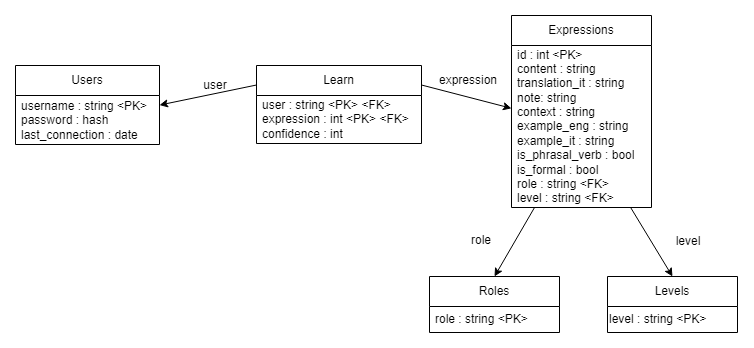
Gabritorre/engvocab keeps this draw.io diagram as db_schema/engvocabDBschema.png. Above is the earlier version. Source tidied: cells renumbered, new cells last; positions are measured from the earlier drawing's top-left corner, leaving out a move shared by most shapes.
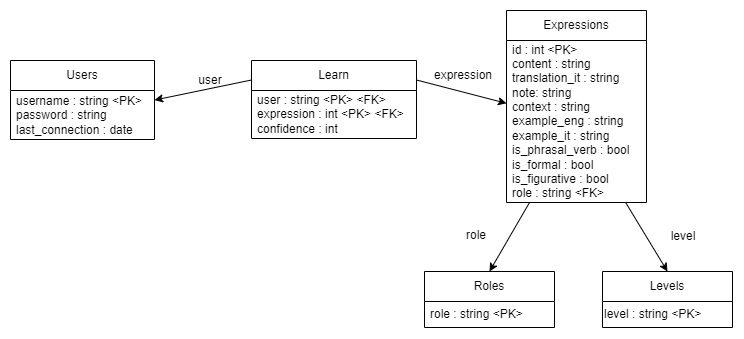
After the commit.

Commit message:
Add figurative aspect in expression

Diff of the diagram source:
```diff
@@ -5,13 +5,13 @@
     <mxCell id="2" value="Users" style="swimlane;fontStyle=0;horizontal=1;startSize=30;whiteSpace=wrap;html=1;" parent="1" vertex="1">
       <mxGeometry y="50" width="144" height="79" as="geometry" />
     </mxCell>
-    <mxCell id="3" value="username : string &amp;lt;PK&amp;gt;&lt;br&gt;password : hash&lt;br&gt;last_connection : date" style="text;strokeColor=none;fillColor=none;align=left;verticalAlign=middle;spacingLeft=4;spacingRight=4;overflow=hidden;points=[[0,0.5],[1,0.5]];portConstraint=eastwest;whiteSpace=wrap;html=1;" parent="2" vertex="1">
+    <mxCell id="3" value="username : string &amp;lt;PK&amp;gt;&lt;br&gt;password : string last_connection : date" style="text;strokeColor=none;fillColor=none;align=left;verticalAlign=middle;spacingLeft=4;spacingRight=4;overflow=hidden;points=[[0,0.5],[1,0.5]];portConstraint=eastwest;whiteSpace=wrap;html=1;" parent="2" vertex="1">
       <mxGeometry y="30" width="144" height="49" as="geometry" />
     </mxCell>
     <mxCell id="4" value="Expressions" style="swimlane;fontStyle=0;horizontal=1;startSize=30;whiteSpace=wrap;html=1;" parent="1" vertex="1">
       <mxGeometry x="496" width="140" height="192" as="geometry" />
     </mxCell>
-    <mxCell id="5" value="id : int &amp;lt;PK&amp;gt;&lt;br&gt;content : string&lt;br&gt;translation_it : string&lt;br&gt;note: string&lt;br&gt;context : string&lt;br&gt;example_eng : string&lt;br&gt;example_it : string&lt;br&gt;is_phrasal_verb : bool&lt;br&gt;is_formal : bool&lt;br&gt;role : string &amp;lt;FK&amp;gt;&lt;br&gt;level : string &amp;lt;FK&amp;gt;" style="text;strokeColor=none;fillColor=none;align=left;verticalAlign=middle;spacingLeft=4;spacingRight=4;overflow=hidden;points=[[0,0.5],[1,0.5]];portConstraint=eastwest;whiteSpace=wrap;html=1;" parent="4" vertex="1">
+    <mxCell id="5" value="id : int &amp;lt;PK&amp;gt;&lt;br&gt;content : string&lt;br&gt;translation_it : string&lt;br&gt;note: string&lt;br&gt;context : string&lt;br&gt;example_eng : string&lt;br&gt;example_it : string&lt;br&gt;is_phrasal_verb : bool&lt;br&gt;is_formal : bool&lt;div&gt;is_figurative : bool&lt;br&gt;role : string &amp;lt;FK&amp;gt;&lt;br&gt;level : string &amp;lt;FK&amp;gt;&lt;/div&gt;" style="text;strokeColor=none;fillColor=none;align=left;verticalAlign=middle;spacingLeft=4;spacingRight=4;overflow=hidden;points=[[0,0.5],[1,0.5]];portConstraint=eastwest;whiteSpace=wrap;html=1;" parent="4" vertex="1">
       <mxGeometry y="30" width="140" height="162" as="geometry" />
     </mxCell>
     <mxCell id="6" style="rounded=0;jettySize=auto;html=1;exitX=0;exitY=0.25;exitDx=0;exitDy=0;" parent="1" edge="1" source="8" target="3">
```
